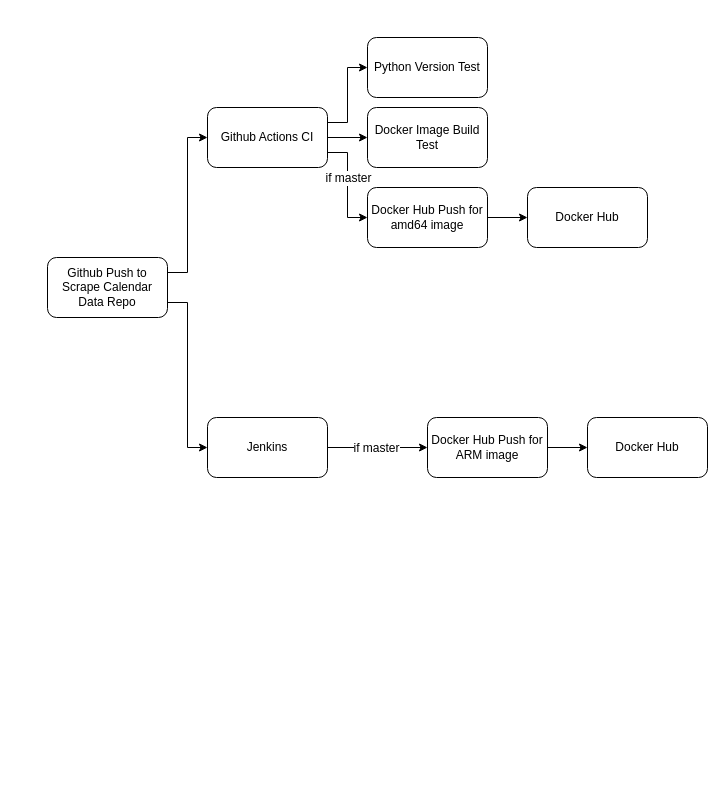
The draw.io diagram page "Scrape Calendar Data" (1 of 2) of drawio/CI-CD.drawio in goffstown-sports-app/Documents, before the edit. Source tidied: cells renumbered, new cells numbered last; positions are measured from the earlier drawing's top-left corner, leaving out a move shared by most shapes. Both pictures are drawn from the tidied source at 100%, with x=0, y=0 at pixel (47, 37).
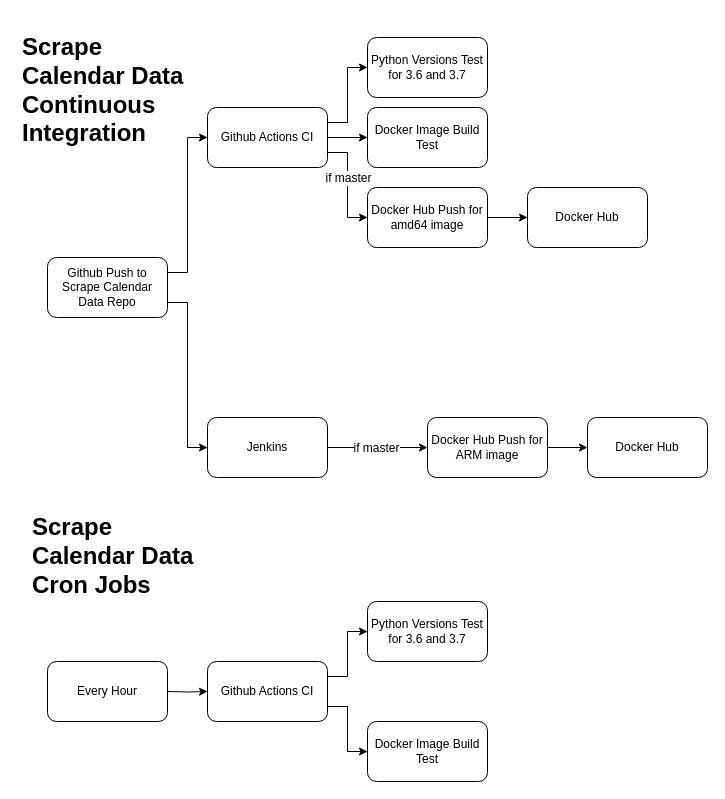
After the change.

The edit, as a diff of the source:
```diff
@@
-    <mxCell id="10" value="Python Version Test" style="rounded=1;whiteSpace=wrap;html=1;" parent="1" vertex="1">
+    <mxCell id="10" value="Python Versions Test for 3.6 and 3.7" style="rounded=1;whiteSpace=wrap;html=1;" parent="1" vertex="1">
       <mxGeometry x="320" width="120" height="60" as="geometry" />
     </mxCell>
@@
+    <mxCell id="21" value="&lt;h1&gt;Scrape Calendar Data Continuous Integration&amp;nbsp;&lt;/h1&gt;" style="text;html=1;strokeColor=none;fillColor=none;spacing=5;spacingTop=-20;whiteSpace=wrap;overflow=hidden;rounded=0;" parent="1" vertex="1">
+      <mxGeometry x="-30" y="-10" width="190" height="120" as="geometry" />
+    </mxCell>
+    <mxCell id="22" value="&lt;h1&gt;Scrape Calendar Data Cron Jobs&lt;/h1&gt;" style="text;html=1;strokeColor=none;fillColor=none;spacing=5;spacingTop=-20;whiteSpace=wrap;overflow=hidden;rounded=0;" parent="1" vertex="1">
+      <mxGeometry x="-20" y="470" width="190" height="120" as="geometry" />
+    </mxCell>
+    <mxCell id="23" style="edgeStyle=orthogonalEdgeStyle;rounded=0;jettySize=auto;html=1;strokeWidth=1;strokeColor=#000000;" parent="1" edge="1" target="27">
+      <mxGeometry relative="1" as="geometry">
+        <mxPoint x="120" y="654" as="sourcePoint" />
+      </mxGeometry>
+    </mxCell>
+    <mxCell id="24" value="Every Hour" style="rounded=1;whiteSpace=wrap;html=1;" parent="1" vertex="1">
+      <mxGeometry y="624" width="120" height="60" as="geometry" />
+    </mxCell>
+    <mxCell id="25" style="edgeStyle=orthogonalEdgeStyle;rounded=0;jettySize=auto;html=1;exitX=1;exitY=0.75;exitDx=0;exitDy=0;entryX=0;entryY=0.5;entryDx=0;entryDy=0;strokeColor=#000000;strokeWidth=1;" parent="1" edge="1" source="27" target="29">
+      <mxGeometry relative="1" as="geometry" />
+    </mxCell>
+    <mxCell id="26" style="edgeStyle=orthogonalEdgeStyle;rounded=0;jettySize=auto;html=1;exitX=1;exitY=0.25;exitDx=0;exitDy=0;entryX=0;entryY=0.5;entryDx=0;entryDy=0;strokeColor=#000000;strokeWidth=1;" parent="1" edge="1" source="27" target="28">
+      <mxGeometry relative="1" as="geometry" />
+    </mxCell>
+    <mxCell id="27" value="Github Actions CI" style="rounded=1;whiteSpace=wrap;html=1;" parent="1" vertex="1">
+      <mxGeometry x="160" y="624" width="120" height="60" as="geometry" />
+    </mxCell>
+    <mxCell id="28" value="Python Versions Test for 3.6 and 3.7" style="rounded=1;whiteSpace=wrap;html=1;" parent="1" vertex="1">
+      <mxGeometry x="320" y="564" width="120" height="60" as="geometry" />
+    </mxCell>
+    <mxCell id="29" value="Docker Image Build Test" style="rounded=1;whiteSpace=wrap;html=1;" parent="1" vertex="1">
+      <mxGeometry x="320" y="684" width="120" height="60" as="geometry" />
+    </mxCell>
```
